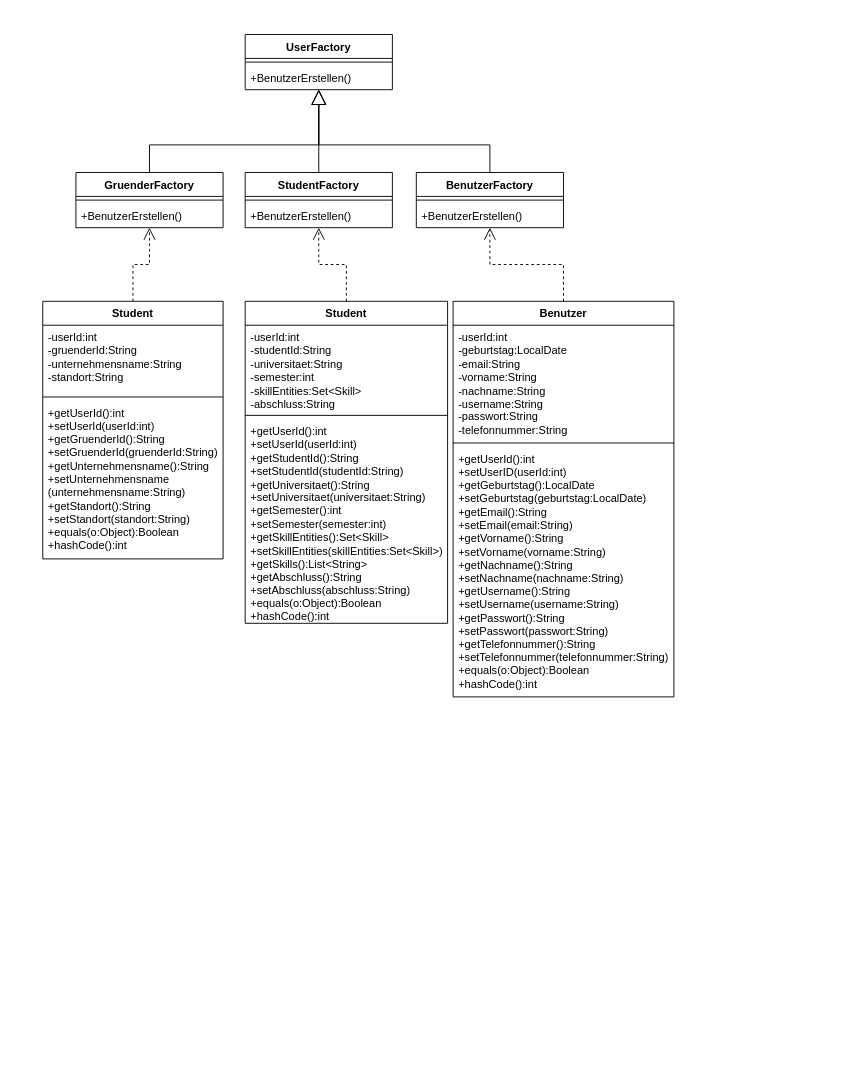
Earlier version of the draw.io diagram Dokumentation/Klassendiagramm für Proxy und Factory/BenutzerGruenderStudentFactory.drawio (Bahadirgithub/Spring-Boot-Projekt-mit-DevSecOps-und-CI-CD-Pipeline). Source tidied: cells renumbered, new cells numbered last; positions are measured from the earlier drawing's top-left corner, leaving out a move shared by most shapes. Both pictures are drawn from the tidied source at 92%, with x=0, y=0 at pixel (42, 34).
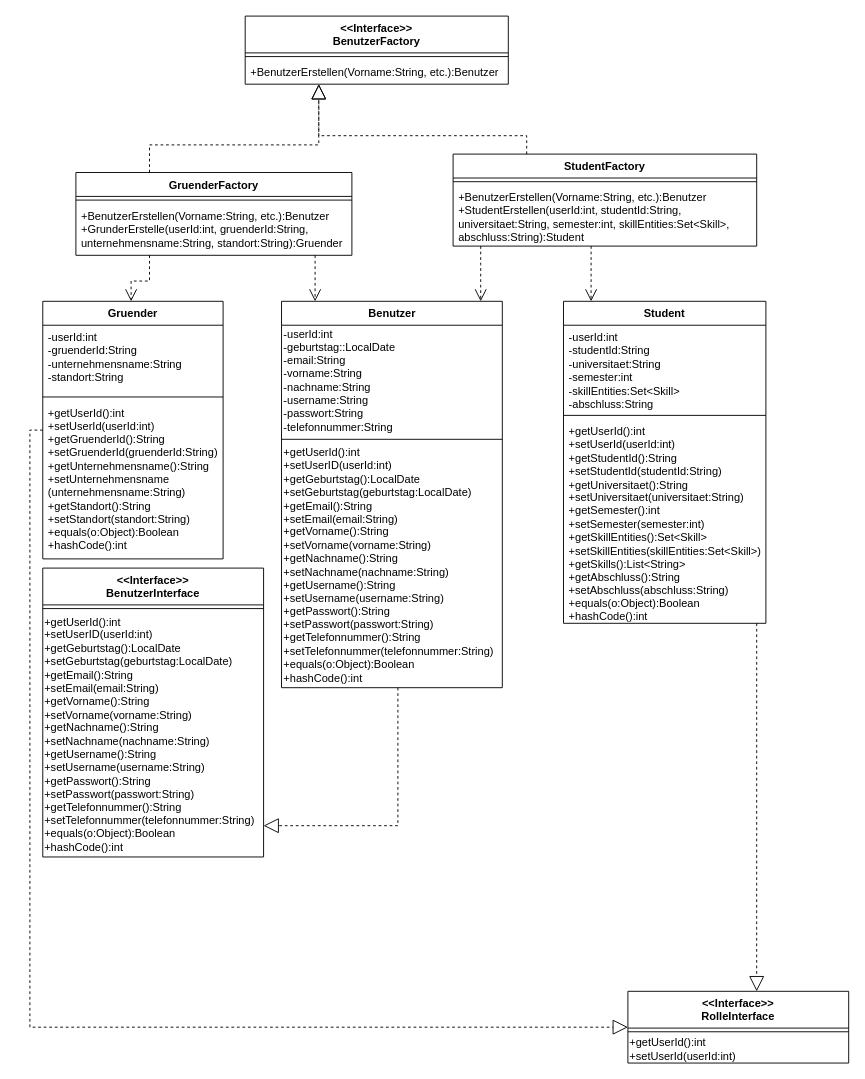
Above is the later version.

Commit message (it also covers changes not shown here):
BenutzerGruenderStudentFactory neu gemacht

The edit, as a diff of the source:
```diff
@@
-    <mxCell id="2" value="UserFactory" style="swimlane;fontStyle=1;align=center;verticalAlign=top;horizontal=1;startSize=26;whiteSpace=wrap;html=1;" parent="1" vertex="1">
-      <mxGeometry x="220" width="160" height="60" as="geometry" />
+    <mxCell id="2" value="&lt;div&gt;&amp;lt;&amp;lt;Interface&amp;gt;&amp;gt;&lt;/div&gt;BenutzerFactory" style="swimlane;fontStyle=1;align=center;verticalAlign=top;horizontal=1;startSize=40;whiteSpace=wrap;html=1;" parent="1" vertex="1">
+      <mxGeometry x="220" y="-20" width="286" height="74" as="geometry" />
     </mxCell>
     <mxCell id="3" style="line;strokeWidth=1;fillColor=none;align=left;verticalAlign=middle;spacingTop=-1;spacingLeft=3;spacingRight=3;labelPosition=right;strokeColor=inherit;" parent="2" vertex="1">
-      <mxGeometry y="26" width="160" height="8" as="geometry" />
+      <mxGeometry y="40" width="286" height="8" as="geometry" />
     </mxCell>
-    <mxCell id="4" value="+BenutzerErstellen()" style="text;strokeColor=none;fillColor=none;align=left;verticalAlign=top;spacingLeft=4;spacingRight=4;overflow=hidden;whiteSpace=wrap;html=1;" parent="2" vertex="1">
-      <mxGeometry y="34" width="160" height="26" as="geometry" />
+    <mxCell id="4" value="+BenutzerErstellen(Vorname:String, etc.):Benutzer" style="text;strokeColor=none;fillColor=none;align=left;verticalAlign=top;spacingLeft=4;spacingRight=4;overflow=hidden;whiteSpace=wrap;html=1;" parent="2" vertex="1">
+      <mxGeometry y="48" width="286" height="26" as="geometry" />
     </mxCell>
     <mxCell id="5" value="GruenderFactory" style="swimlane;fontStyle=1;align=center;verticalAlign=top;horizontal=1;startSize=26;whiteSpace=wrap;html=1;" parent="1" vertex="1">
-      <mxGeometry x="36" y="150" width="160" height="60" as="geometry" />
+      <mxGeometry x="36" y="150" width="300" height="90" as="geometry" />
     </mxCell>
     <mxCell id="6" style="line;strokeWidth=1;fillColor=none;align=left;verticalAlign=middle;spacingTop=-1;spacingLeft=3;spacingRight=3;labelPosition=right;strokeColor=inherit;" parent="5" vertex="1">
-      <mxGeometry y="26" width="160" height="8" as="geometry" />
+      <mxGeometry y="26" width="300" height="8" as="geometry" />
     </mxCell>
-    <mxCell id="7" value="+BenutzerErstellen()" style="text;strokeColor=none;fillColor=none;align=left;verticalAlign=top;spacingLeft=4;spacingRight=4;overflow=hidden;whiteSpace=wrap;html=1;" parent="5" vertex="1">
-      <mxGeometry y="34" width="160" height="26" as="geometry" />
+    <mxCell id="7" value="+BenutzerErstellen(Vorname:String, etc.):Benutzer&lt;div&gt;+GrunderErstelle(&lt;span style=&quot;background-color: transparent; color: light-dark(rgb(0, 0, 0), rgb(255, 255, 255));&quot;&gt;userId:int&lt;/span&gt;&lt;span style=&quot;background-color: transparent; color: light-dark(rgb(0, 0, 0), rgb(255, 255, 255));&quot;&gt;, gruenderId:String&lt;/span&gt;&lt;span style=&quot;background-color: transparent; color: light-dark(rgb(0, 0, 0), rgb(255, 255, 255));&quot;&gt;, unternehmensname:String&lt;/span&gt;&lt;span style=&quot;background-color: transparent; color: light-dark(rgb(0, 0, 0), rgb(255, 255, 255));&quot;&gt;, standort:String&lt;/span&gt;&lt;span style=&quot;background-color: transparent; color: light-dark(rgb(0, 0, 0), rgb(255, 255, 255));&quot;&gt;):Gruender&lt;/span&gt;&lt;/div&gt;" style="text;strokeColor=none;fillColor=none;align=left;verticalAlign=top;spacingLeft=4;spacingRight=4;overflow=hidden;whiteSpace=wrap;html=1;" parent="5" vertex="1">
+      <mxGeometry y="34" width="300" height="56" as="geometry" />
     </mxCell>
     <mxCell id="8" value="StudentFactory" style="swimlane;fontStyle=1;align=center;verticalAlign=top;horizontal=1;startSize=26;whiteSpace=wrap;html=1;" parent="1" vertex="1">
-      <mxGeometry x="220" y="150" width="160" height="60" as="geometry" />
+      <mxGeometry x="446" y="130" width="330" height="100" as="geometry" />
     </mxCell>
     <mxCell id="9" style="line;strokeWidth=1;fillColor=none;align=left;verticalAlign=middle;spacingTop=-1;spacingLeft=3;spacingRight=3;labelPosition=right;strokeColor=inherit;" parent="8" vertex="1">
-      <mxGeometry y="26" width="160" height="8" as="geometry" />
+      <mxGeometry y="26" width="330" height="8" as="geometry" />
     </mxCell>
-    <mxCell id="10" value="+BenutzerErstellen()" style="text;strokeColor=none;fillColor=none;align=left;verticalAlign=top;spacingLeft=4;spacingRight=4;overflow=hidden;whiteSpace=wrap;html=1;" parent="8" vertex="1">
-      <mxGeometry y="34" width="160" height="26" as="geometry" />
+    <mxCell id="10" value="+BenutzerErstellen(Vorname:String, etc.):Benutzer&lt;div&gt;+StudentErstellen(&lt;span style=&quot;background-color: transparent; color: light-dark(rgb(0, 0, 0), rgb(255, 255, 255));&quot;&gt;userId:int&lt;/span&gt;&lt;span style=&quot;background-color: transparent; color: light-dark(rgb(0, 0, 0), rgb(255, 255, 255));&quot;&gt;, studentId:String&lt;/span&gt;&lt;span style=&quot;background-color: transparent; color: light-dark(rgb(0, 0, 0), rgb(255, 255, 255));&quot;&gt;, universitaet:String&lt;/span&gt;&lt;span style=&quot;background-color: transparent; color: light-dark(rgb(0, 0, 0), rgb(255, 255, 255));&quot;&gt;, semester:int&lt;/span&gt;&lt;span style=&quot;background-color: transparent; color: light-dark(rgb(0, 0, 0), rgb(255, 255, 255));&quot;&gt;, skillEntities:Set&amp;lt;Skill&amp;gt;&lt;/span&gt;&lt;span style=&quot;background-color: transparent; color: light-dark(rgb(0, 0, 0), rgb(255, 255, 255));&quot;&gt;, abschluss:String&lt;/span&gt;&lt;span style=&quot;background-color: transparent; color: light-dark(rgb(0, 0, 0), rgb(255, 255, 255));&quot;&gt;):Student&lt;/span&gt;&lt;/div&gt;" style="text;strokeColor=none;fillColor=none;align=left;verticalAlign=top;spacingLeft=4;spacingRight=4;overflow=hidden;whiteSpace=wrap;html=1;" parent="8" vertex="1">
+      <mxGeometry y="34" width="330" height="66" as="geometry" />
     </mxCell>
-    <mxCell id="11" style="endArrow=block;html=1;rounded=0;edgeStyle=orthogonalEdgeStyle;endFill=0;strokeWidth=1;endSize=14;" parent="1" edge="1" source="5" target="2">
+    <mxCell id="11" style="endArrow=block;html=1;rounded=0;edgeStyle=orthogonalEdgeStyle;endFill=0;strokeWidth=1;endSize=14;dashed=1;" parent="1" edge="1" source="5" target="2">
       <mxGeometry relative="1" as="geometry">
         <Array as="points">
           <mxPoint x="116" y="120" />
           <mxPoint x="300" y="120" />
         </Array>
       </mxGeometry>
     </mxCell>
-    <mxCell id="12" style="endArrow=block;html=1;rounded=0;edgeStyle=orthogonalEdgeStyle;endFill=0;strokeWidth=1;endSize=14;" parent="1" edge="1" source="8" target="2">
-      <mxGeometry relative="1" as="geometry" />
+    <mxCell id="12" style="endArrow=block;html=1;rounded=0;edgeStyle=orthogonalEdgeStyle;endFill=0;strokeWidth=1;endSize=14;dashed=1;" parent="1" edge="1" source="8" target="2">
+      <mxGeometry relative="1" as="geometry">
+        <Array as="points">
+          <mxPoint x="526" y="110" />
+          <mxPoint x="300" y="110" />
+        </Array>
+      </mxGeometry>
     </mxCell>
     <mxCell id="13" value="Benutzer" style="swimlane;fontStyle=1;align=center;verticalAlign=top;horizontal=1;startSize=26;whiteSpace=wrap;html=1;" parent="1" vertex="1">
-      <mxGeometry x="446" y="290" width="240" height="430" as="geometry" />
+      <mxGeometry x="259.5" y="290" width="240" height="420" as="geometry" />
     </mxCell>
-    <mxCell id="14" value="-userId:int&lt;div&gt;-geburtstag:LocalDate&lt;/div&gt;&lt;div&gt;-email:String&lt;/div&gt;&lt;div&gt;-vorname:String&lt;/div&gt;&lt;div&gt;-nachname:String&lt;/div&gt;&lt;div&gt;-username:String&lt;/div&gt;&lt;div&gt;-passwort:String&lt;/div&gt;&lt;div&gt;-telefonnummer:String&lt;/div&gt;" style="text;strokeColor=none;fillColor=none;align=left;verticalAlign=top;spacingLeft=4;spacingRight=4;overflow=hidden;whiteSpace=wrap;html=1;" parent="13" vertex="1">
-      <mxGeometry y="26" width="240" height="124" as="geometry" />
-    </mxCell>
+    <mxCell id="32" value="-userId:int&lt;div&gt;&lt;span style=&quot;background-color: transparent; color: light-dark(rgb(0, 0, 0), rgb(255, 255, 255));&quot;&gt;-geburtstag::LocalDate&lt;/span&gt;&lt;/div&gt;&lt;div&gt;&lt;span style=&quot;background-color: transparent; color: light-dark(rgb(0, 0, 0), rgb(255, 255, 255));&quot;&gt;-email:String&lt;/span&gt;&lt;/div&gt;&lt;div&gt;&lt;span style=&quot;background-color: transparent; color: light-dark(rgb(0, 0, 0), rgb(255, 255, 255));&quot;&gt;-vorname:String&lt;/span&gt;&lt;/div&gt;&lt;div&gt;&lt;span style=&quot;background-color: transparent; color: light-dark(rgb(0, 0, 0), rgb(255, 255, 255));&quot;&gt;-nachname&lt;/span&gt;&lt;span style=&quot;background-color: transparent; color: light-dark(rgb(0, 0, 0), rgb(255, 255, 255));&quot;&gt;:String&lt;/span&gt;&lt;/div&gt;&lt;div&gt;&lt;span style=&quot;background-color: transparent; color: light-dark(rgb(0, 0, 0), rgb(255, 255, 255));&quot;&gt;-username&lt;/span&gt;&lt;span style=&quot;background-color: transparent; color: light-dark(rgb(0, 0, 0), rgb(255, 255, 255));&quot;&gt;:String&lt;/span&gt;&lt;/div&gt;&lt;div&gt;&lt;span style=&quot;background-color: transparent; color: light-dark(rgb(0, 0, 0), rgb(255, 255, 255));&quot;&gt;-passwort&lt;/span&gt;&lt;span style=&quot;background-color: transparent; color: light-dark(rgb(0, 0, 0), rgb(255, 255, 255));&quot;&gt;:String&lt;/span&gt;&lt;/div&gt;&lt;div&gt;&lt;span style=&quot;background-color: transparent; color: light-dark(rgb(0, 0, 0), rgb(255, 255, 255));&quot;&gt;-telefonnummer&lt;/span&gt;&lt;span style=&quot;background-color: transparent; color: light-dark(rgb(0, 0, 0), rgb(255, 255, 255));&quot;&gt;:String&lt;/span&gt;&lt;/div&gt;" style="text;html=1;whiteSpace=wrap;strokeColor=none;fillColor=none;align=left;verticalAlign=middle;rounded=0;" parent="13" vertex="1">
+      <mxGeometry y="26" width="240" height="120" as="geometry" />
+    </mxCell>
     <mxCell id="15" style="line;strokeWidth=1;fillColor=none;align=left;verticalAlign=middle;spacingTop=-1;spacingLeft=3;spacingRight=3;labelPosition=right;strokeColor=inherit;" parent="13" vertex="1">
-      <mxGeometry y="150" width="240" height="8" as="geometry" />
+      <mxGeometry y="146" width="240" height="8" as="geometry" />
     </mxCell>
-    <mxCell id="16" value="+getUserId():int&lt;div&gt;+setUserID(userId:int)&lt;/div&gt;&lt;div&gt;+getGeburtstag():LocalDate&lt;div&gt;+set&lt;span style=&quot;background-color: transparent; color: light-dark(rgb(0, 0, 0), rgb(255, 255, 255));&quot;&gt;Geburtstag&lt;/span&gt;&lt;span style=&quot;background-color: transparent; color: light-dark(rgb(0, 0, 0), rgb(255, 255, 255));&quot;&gt;(geburtstag:LocalDate)&lt;/span&gt;&lt;/div&gt;&lt;/div&gt;&lt;div&gt;+getEmail():String&lt;div&gt;+set&lt;span style=&quot;background-color: transparent; color: light-dark(rgb(0, 0, 0), rgb(255, 255, 255));&quot;&gt;Email&lt;/span&gt;&lt;span style=&quot;background-color: transparent; color: light-dark(rgb(0, 0, 0), rgb(255, 255, 255));&quot;&gt;(&lt;/span&gt;&lt;span style=&quot;background-color: transparent; color: light-dark(rgb(0, 0, 0), rgb(255, 255, 255));&quot;&gt;email&lt;/span&gt;&lt;span style=&quot;background-color: transparent; color: light-dark(rgb(0, 0, 0), rgb(255, 255, 255));&quot;&gt;:String)&lt;/span&gt;&lt;/div&gt;&lt;/div&gt;&lt;div&gt;+getVorname():String&lt;div&gt;+set&lt;span style=&quot;background-color: transparent; color: light-dark(rgb(0, 0, 0), rgb(255, 255, 255));&quot;&gt;Vorname&lt;/span&gt;&lt;span style=&quot;background-color: transparent; color: light-dark(rgb(0, 0, 0), rgb(255, 255, 255));&quot;&gt;(&lt;/span&gt;&lt;span style=&quot;background-color: transparent; color: light-dark(rgb(0, 0, 0), rgb(255, 255, 255));&quot;&gt;vorname&lt;/span&gt;&lt;span style=&quot;background-color: transparent; color: light-dark(rgb(0, 0, 0), rgb(255, 255, 255));&quot;&gt;:String)&lt;/span&gt;&lt;/div&gt;&lt;/div&gt;&lt;div&gt;+get&lt;span style=&quot;background-color: transparent; color: light-dark(rgb(0, 0, 0), rgb(255, 255, 255));&quot;&gt;Nachname&lt;/span&gt;&lt;span style=&quot;background-color: transparent; color: light-dark(rgb(0, 0, 0), rgb(255, 255, 255));&quot;&gt;():String&lt;/span&gt;&lt;/div&gt;&lt;div&gt;&lt;div&gt;+set&lt;span style=&quot;background-color: transparent; color: light-dark(rgb(0, 0, 0), rgb(255, 255, 255));&quot;&gt;Nachname&lt;/span&gt;&lt;span style=&quot;background-color: transparent; color: light-dark(rgb(0, 0, 0), rgb(255, 255, 255));&quot;&gt;(&lt;/span&gt;&lt;span style=&quot;background-color: transparent; color: light-dark(rgb(0, 0, 0), rgb(255, 255, 255));&quot;&gt;nachname&lt;/span&gt;&lt;span style=&quot;background-color: transparent; color: light-dark(rgb(0, 0, 0), rgb(255, 255, 255));&quot;&gt;:String)&lt;/span&gt;&lt;/div&gt;&lt;/div&gt;&lt;div&gt;+getUsername():String&lt;div&gt;+set&lt;span style=&quot;background-color: transparent; color: light-dark(rgb(0, 0, 0), rgb(255, 255, 255));&quot;&gt;Username&lt;/span&gt;&lt;span style=&quot;background-color: transparent; color: light-dark(rgb(0, 0, 0), rgb(255, 255, 255));&quot;&gt;(&lt;/span&gt;&lt;span style=&quot;background-color: transparent; color: light-dark(rgb(0, 0, 0), rgb(255, 255, 255));&quot;&gt;username&lt;/span&gt;&lt;span style=&quot;background-color: transparent; color: light-dark(rgb(0, 0, 0), rgb(255, 255, 255));&quot;&gt;:String)&lt;/span&gt;&lt;/div&gt;&lt;/div&gt;&lt;div&gt;+getPasswort():String&lt;div&gt;+set&lt;span style=&quot;background-color: transparent; color: light-dark(rgb(0, 0, 0), rgb(255, 255, 255));&quot;&gt;Passwort&lt;/span&gt;&lt;span style=&quot;background-color: transparent; color: light-dark(rgb(0, 0, 0), rgb(255, 255, 255));&quot;&gt;(&lt;/span&gt;&lt;span style=&quot;background-color: transparent; color: light-dark(rgb(0, 0, 0), rgb(255, 255, 255));&quot;&gt;passwort&lt;/span&gt;&lt;span style=&quot;background-color: transparent; color: light-dark(rgb(0, 0, 0), rgb(255, 255, 255));&quot;&gt;:String)&lt;/span&gt;&lt;/div&gt;&lt;/div&gt;&lt;div&gt;+getTelefonnummer():String&lt;div&gt;+setTelefonnummer&lt;span style=&quot;background-color: transparent; color: light-dark(rgb(0, 0, 0), rgb(255, 255, 255));&quot;&gt;(&lt;/span&gt;telefonnummer&lt;span style=&quot;background-color: transparent; color: light-dark(rgb(0, 0, 0), rgb(255, 255, 255));&quot;&gt;:String)&lt;/span&gt;&lt;/div&gt;&lt;/div&gt;&lt;div&gt;&lt;span style=&quot;background-color: transparent; color: light-dark(rgb(0, 0, 0), rgb(255, 255, 255));&quot;&gt;+equals(o:Object):Boolean&lt;/span&gt;&lt;/div&gt;&lt;div&gt;&lt;span style=&quot;background-color: transparent; color: light-dark(rgb(0, 0, 0), rgb(255, 255, 255));&quot;&gt;+hashCode():int&lt;/span&gt;&lt;/div&gt;" style="text;strokeColor=none;fillColor=none;align=left;verticalAlign=top;spacingLeft=4;spacingRight=4;overflow=hidden;whiteSpace=wrap;html=1;" parent="13" vertex="1">
-      <mxGeometry y="158" width="240" height="272" as="geometry" />
-    </mxCell>
-    <mxCell id="17" value="BenutzerFactory" style="swimlane;fontStyle=1;align=center;verticalAlign=top;horizontal=1;startSize=26;whiteSpace=wrap;html=1;" parent="1" vertex="1">
-      <mxGeometry x="406" y="150" width="160" height="60" as="geometry" />
-    </mxCell>
-    <mxCell id="18" style="line;strokeWidth=1;fillColor=none;align=left;verticalAlign=middle;spacingTop=-1;spacingLeft=3;spacingRight=3;labelPosition=right;strokeColor=inherit;" parent="17" vertex="1">
-      <mxGeometry y="26" width="160" height="8" as="geometry" />
-    </mxCell>
-    <mxCell id="19" value="+BenutzerErstellen()" style="text;strokeColor=none;fillColor=none;align=left;verticalAlign=top;spacingLeft=4;spacingRight=4;overflow=hidden;whiteSpace=wrap;html=1;" parent="17" vertex="1">
-      <mxGeometry y="34" width="160" height="26" as="geometry" />
-    </mxCell>
-    <mxCell id="20" style="endArrow=block;html=1;rounded=0;edgeStyle=orthogonalEdgeStyle;endFill=0;strokeWidth=1;endSize=14;" parent="1" edge="1" source="17" target="2">
-      <mxGeometry relative="1" as="geometry">
-        <Array as="points">
-          <mxPoint x="486" y="120" />
-          <mxPoint x="300" y="120" />
-        </Array>
-      </mxGeometry>
-    </mxCell>
+    <mxCell id="33" value="+getUserId():int&lt;div&gt;+setUserID(userId:int)&lt;/div&gt;&lt;div&gt;+getGeburtstag():LocalDate&lt;/div&gt;&lt;div&gt;+setGeburtstag(geburtstag:LocalDate)&lt;/div&gt;&lt;div&gt;+getEmail():String&lt;/div&gt;&lt;div&gt;+setEmail(email:String)&lt;/div&gt;&lt;div&gt;+getVorname():String&lt;/div&gt;&lt;div&gt;+setVorname(vorname:String)&lt;/div&gt;&lt;div&gt;+getNachname():String&lt;/div&gt;&lt;div&gt;+setNachname(nachname:String)&lt;/div&gt;&lt;div&gt;+getUsername():String&lt;/div&gt;&lt;div&gt;+setUsername(username:String)&lt;/div&gt;&lt;div&gt;+getPasswort():String&lt;/div&gt;&lt;div&gt;+setPasswort(passwort:String)&lt;/div&gt;&lt;div&gt;+getTelefonnummer():String&lt;/div&gt;&lt;div&gt;+setTelefonnummer(telefonnummer:String)&lt;/div&gt;&lt;div&gt;+equals(o:Object):Boolean&lt;/div&gt;&lt;div style=&quot;&quot;&gt;+hashCode():int&lt;/div&gt;" style="text;html=1;whiteSpace=wrap;strokeColor=none;fillColor=none;align=left;verticalAlign=middle;rounded=0;" parent="13" vertex="1">
+      <mxGeometry y="154" width="240" height="266" as="geometry" />
+    </mxCell>
     <mxCell id="21" value="Student" style="swimlane;fontStyle=1;align=center;verticalAlign=top;horizontal=1;startSize=26;whiteSpace=wrap;html=1;" parent="1" vertex="1">
-      <mxGeometry x="220" y="290" width="220" height="350" as="geometry" />
+      <mxGeometry x="566" y="290" width="220" height="350" as="geometry" />
     </mxCell>
@@
-    <mxCell id="25" value="Student" style="swimlane;fontStyle=1;align=center;verticalAlign=top;horizontal=1;startSize=26;whiteSpace=wrap;html=1;" parent="1" vertex="1">
+    <mxCell id="25" value="Gruender" style="swimlane;fontStyle=1;align=center;verticalAlign=top;horizontal=1;startSize=26;whiteSpace=wrap;html=1;" parent="1" vertex="1">
       <mxGeometry y="290" width="196" height="280" as="geometry" />
     </mxCell>
@@
-    <mxCell id="29" style="endArrow=open;html=1;rounded=0;edgeStyle=orthogonalEdgeStyle;dashed=1;endFill=0;endSize=11;" parent="1" edge="1" source="25" target="5">
-      <mxGeometry relative="1" as="geometry" />
+    <mxCell id="29" style="endArrow=open;html=1;rounded=0;edgeStyle=orthogonalEdgeStyle;dashed=1;endFill=0;endSize=11;" parent="1" edge="1" source="5" target="25">
+      <mxGeometry relative="1" as="geometry">
+        <Array as="points">
+          <mxPoint x="116" y="268" />
+          <mxPoint x="96" y="268" />
+        </Array>
+      </mxGeometry>
     </mxCell>
-    <mxCell id="30" style="endArrow=open;html=1;rounded=0;edgeStyle=orthogonalEdgeStyle;dashed=1;endFill=0;endSize=11;" parent="1" edge="1" source="21" target="8">
-      <mxGeometry relative="1" as="geometry" />
-    </mxCell>
-    <mxCell id="31" style="endArrow=open;html=1;rounded=0;edgeStyle=orthogonalEdgeStyle;dashed=1;endFill=0;endSize=11;" parent="1" edge="1" source="13" target="17">
-      <mxGeometry relative="1" as="geometry" />
-    </mxCell>
+    <mxCell id="34" style="endArrow=open;html=1;rounded=0;edgeStyle=orthogonalEdgeStyle;dashed=1;endFill=0;endSize=11;" parent="1" edge="1" source="5" target="13">
+      <mxGeometry relative="1" as="geometry">
+        <Array as="points">
+          <mxPoint x="296" y="270" />
+          <mxPoint x="296" y="270" />
+        </Array>
+      </mxGeometry>
+    </mxCell>
+    <mxCell id="35" style="endArrow=open;html=1;rounded=0;edgeStyle=orthogonalEdgeStyle;dashed=1;endFill=0;endSize=11;" parent="1" edge="1" source="8" target="13">
+      <mxGeometry relative="1" as="geometry">
+        <Array as="points">
+          <mxPoint x="476" y="250" />
+          <mxPoint x="476" y="250" />
+        </Array>
+      </mxGeometry>
+    </mxCell>
+    <mxCell id="36" style="endArrow=open;html=1;rounded=0;edgeStyle=orthogonalEdgeStyle;dashed=1;endFill=0;endSize=11;" parent="1" edge="1" source="8" target="21">
+      <mxGeometry relative="1" as="geometry">
+        <Array as="points">
+          <mxPoint x="596" y="270" />
+          <mxPoint x="596" y="270" />
+        </Array>
+      </mxGeometry>
+    </mxCell>
+    <mxCell id="37" value="&lt;div&gt;&amp;lt;&amp;lt;Interface&amp;gt;&amp;gt;&lt;/div&gt;BenutzerInterface" style="swimlane;fontStyle=1;align=center;verticalAlign=top;horizontal=1;startSize=40;whiteSpace=wrap;html=1;" parent="1" vertex="1">
+      <mxGeometry y="580" width="240" height="314" as="geometry" />
+    </mxCell>
+    <mxCell id="38" style="line;strokeWidth=1;fillColor=none;align=left;verticalAlign=middle;spacingTop=-1;spacingLeft=3;spacingRight=3;labelPosition=right;strokeColor=inherit;" parent="37" vertex="1">
+      <mxGeometry y="40" width="240" height="8" as="geometry" />
+    </mxCell>
+    <mxCell id="39" value="+getUserId():int&lt;div&gt;+setUserID(userId:int)&lt;/div&gt;&lt;div&gt;+getGeburtstag():LocalDate&lt;/div&gt;&lt;div&gt;+setGeburtstag(geburtstag:LocalDate)&lt;/div&gt;&lt;div&gt;+getEmail():String&lt;/div&gt;&lt;div&gt;+setEmail(email:String)&lt;/div&gt;&lt;div&gt;+getVorname():String&lt;/div&gt;&lt;div&gt;+setVorname(vorname:String)&lt;/div&gt;&lt;div&gt;+getNachname():String&lt;/div&gt;&lt;div&gt;+setNachname(nachname:String)&lt;/div&gt;&lt;div&gt;+getUsername():String&lt;/div&gt;&lt;div&gt;+setUsername(username:String)&lt;/div&gt;&lt;div&gt;+getPasswort():String&lt;/div&gt;&lt;div&gt;+setPasswort(passwort:String)&lt;/div&gt;&lt;div&gt;+getTelefonnummer():String&lt;/div&gt;&lt;div&gt;+setTelefonnummer(telefonnummer:String)&lt;/div&gt;&lt;div&gt;+equals(o:Object):Boolean&lt;/div&gt;&lt;div style=&quot;&quot;&gt;+hashCode():int&lt;/div&gt;" style="text;html=1;whiteSpace=wrap;strokeColor=none;fillColor=none;align=left;verticalAlign=middle;rounded=0;" parent="37" vertex="1">
+      <mxGeometry y="48" width="240" height="266" as="geometry" />
+    </mxCell>
+    <mxCell id="40" style="endArrow=block;html=1;rounded=0;edgeStyle=orthogonalEdgeStyle;endFill=0;strokeWidth=1;endSize=14;dashed=1;" parent="1" edge="1" source="13" target="37">
+      <mxGeometry relative="1" as="geometry">
+        <Array as="points">
+          <mxPoint x="386" y="860" />
+        </Array>
+      </mxGeometry>
+    </mxCell>
+    <mxCell id="41" value="&lt;div&gt;&amp;lt;&amp;lt;Interface&amp;gt;&amp;gt;&lt;/div&gt;RolleInterface" style="swimlane;fontStyle=1;align=center;verticalAlign=top;horizontal=1;startSize=40;whiteSpace=wrap;html=1;" parent="1" vertex="1">
+      <mxGeometry x="636" y="1040" width="240" height="78" as="geometry" />
+    </mxCell>
+    <mxCell id="42" style="line;strokeWidth=1;fillColor=none;align=left;verticalAlign=middle;spacingTop=-1;spacingLeft=3;spacingRight=3;labelPosition=right;strokeColor=inherit;" parent="41" vertex="1">
+      <mxGeometry y="40" width="240" height="8" as="geometry" />
+    </mxCell>
+    <mxCell id="43" value="+getUserId():int&lt;div&gt;+setUserId(userId:int)&lt;/div&gt;" style="text;html=1;whiteSpace=wrap;strokeColor=none;fillColor=none;align=left;verticalAlign=middle;rounded=0;" parent="41" vertex="1">
+      <mxGeometry y="48" width="240" height="30" as="geometry" />
+    </mxCell>
+    <mxCell id="44" style="endArrow=block;html=1;rounded=0;edgeStyle=orthogonalEdgeStyle;endFill=0;strokeWidth=1;endSize=14;dashed=1;" parent="1" edge="1" source="25" target="41">
+      <mxGeometry relative="1" as="geometry">
+        <Array as="points">
+          <mxPoint x="-14" y="430" />
+          <mxPoint x="-14" y="1079" />
+        </Array>
+      </mxGeometry>
+    </mxCell>
+    <mxCell id="45" style="endArrow=block;html=1;rounded=0;edgeStyle=orthogonalEdgeStyle;endFill=0;strokeWidth=1;endSize=14;dashed=1;" parent="1" edge="1" source="21" target="41">
+      <mxGeometry relative="1" as="geometry">
+        <Array as="points">
+          <mxPoint x="776" y="840" />
+          <mxPoint x="776" y="840" />
+        </Array>
+      </mxGeometry>
+    </mxCell>
```
